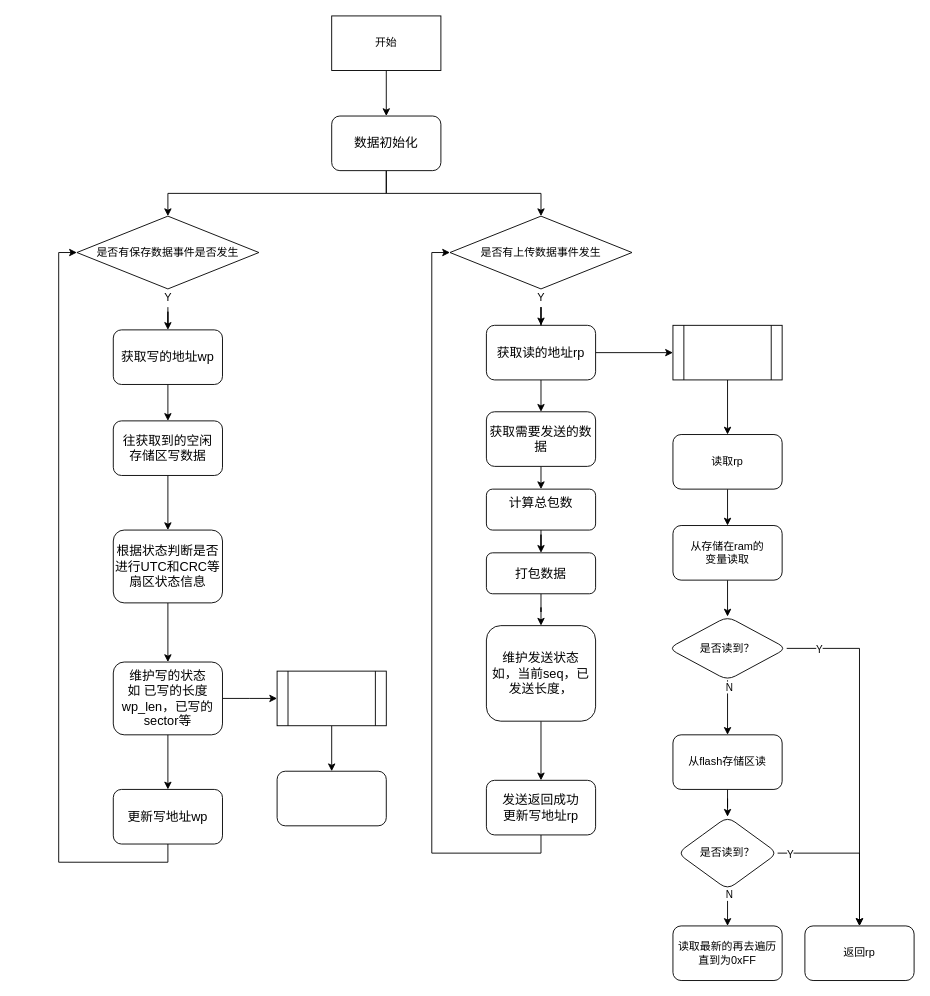
blackfalsehood/mycode keeps this draw.io diagram as page "Page-1" (1 of 3) of P3.drawio. Above is the earlier version. Source tidied: cells renumbered, new cells numbered last; positions are measured from the earlier drawing's top-left corner, leaving out a move shared by most shapes. Both pictures are drawn from the tidied source at 91%, with x=0, y=0 at pixel (76, 15).
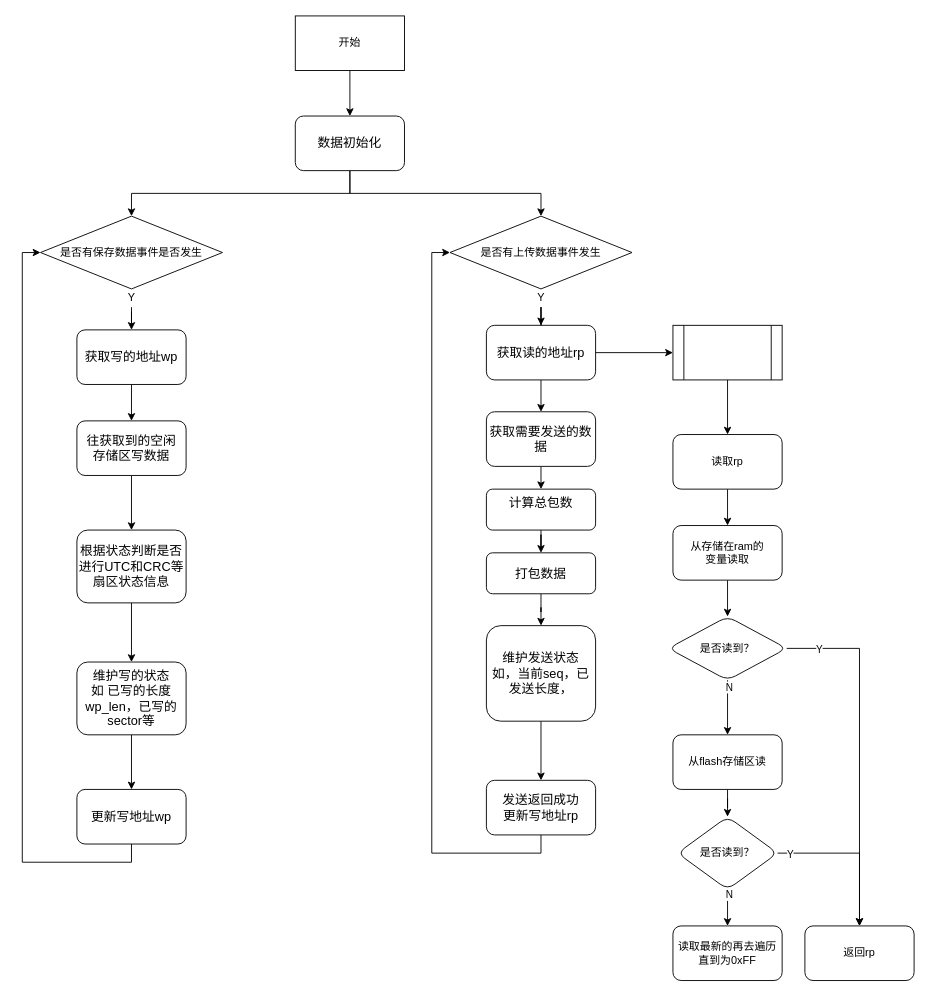
The same page after the edit.

What changed in the source:
```diff
@@
     <mxCell id="3" value="&lt;font style=&quot;font-size: 14px&quot;&gt;获取写的地址wp&lt;/font&gt;" style="rounded=1;whiteSpace=wrap;html=1;" parent="1" vertex="1">
-      <mxGeometry x="40" y="345" width="120" height="60" as="geometry" />
+      <mxGeometry y="345" width="120" height="60" as="geometry" />
     </mxCell>
@@
     <mxCell id="5" value="&lt;span style=&quot;font-size: 14px&quot;&gt;往获取到的空闲&lt;br&gt;存储区写数据&lt;br&gt;&lt;/span&gt;" style="rounded=1;whiteSpace=wrap;html=1;" parent="1" vertex="1">
-      <mxGeometry x="40" y="445" width="120" height="60" as="geometry" />
+      <mxGeometry y="445" width="120" height="60" as="geometry" />
     </mxCell>
@@
     <mxCell id="7" value="&lt;span style=&quot;font-size: 14px&quot;&gt;根据状态判断是否进行UTC和CRC等扇区状态信息&lt;/span&gt;" style="rounded=1;whiteSpace=wrap;html=1;" parent="1" vertex="1">
-      <mxGeometry x="40" y="565" width="120" height="80" as="geometry" />
+      <mxGeometry y="565" width="120" height="80" as="geometry" />
     </mxCell>
@@
     <mxCell id="9" value="&lt;font style=&quot;font-size: 14px&quot;&gt;更新写地址wp&lt;/font&gt;" style="rounded=1;whiteSpace=wrap;html=1;" parent="1" vertex="1">
-      <mxGeometry x="40" y="850" width="120" height="60" as="geometry" />
+      <mxGeometry y="850" width="120" height="60" as="geometry" />
     </mxCell>
@@
     <mxCell id="11" value="开始" style="rounded=0;whiteSpace=wrap;html=1;" parent="1" vertex="1">
-      <mxGeometry x="280" width="120" height="60" as="geometry" />
+      <mxGeometry x="240" width="120" height="60" as="geometry" />
     </mxCell>
@@
     <mxCell id="14" value="&lt;font style=&quot;font-size: 14px&quot;&gt;数据初始化&lt;/font&gt;" style="rounded=1;whiteSpace=wrap;html=1;" parent="1" vertex="1">
-      <mxGeometry x="280" y="110" width="120" height="60" as="geometry" />
+      <mxGeometry x="240" y="110" width="120" height="60" as="geometry" />
     </mxCell>
@@
     <mxCell id="16" value="是否有保存数据事件是否发生" style="rhombus;whiteSpace=wrap;html=1;" parent="1" vertex="1">
-      <mxGeometry y="220" width="200" height="80" as="geometry" />
+      <mxGeometry x="-40" y="220" width="200" height="80" as="geometry" />
     </mxCell>
     <mxCell id="17" value="Y" style="text;html=1;align=center;verticalAlign=middle;points=[];fillColor=none;strokeColor=none;rounded=0;" parent="1" vertex="1">
-      <mxGeometry x="90" y="300" width="20" height="20" as="geometry" />
+      <mxGeometry x="50" y="300" width="20" height="20" as="geometry" />
     </mxCell>
     <mxCell id="18" style="edgeStyle=orthogonalEdgeStyle;rounded=0;jettySize=auto;html=1;exitX=0.5;exitY=1;exitDx=0;exitDy=0;" parent="1" edge="1" source="16" target="17">
       <mxGeometry relative="1" as="geometry">
         <Array as="points">
-          <mxPoint x="100" y="310" />
-          <mxPoint x="100" y="310" />
+          <mxPoint x="60" y="310" />
+          <mxPoint x="60" y="310" />
         </Array>
       </mxGeometry>
     </mxCell>
@@
-    <mxCell id="35" style="edgeStyle=orthogonalEdgeStyle;rounded=0;jettySize=auto;html=1;exitX=1;exitY=0.5;exitDx=0;exitDy=0;" parent="1" edge="1" source="36">
-      <mxGeometry relative="1" as="geometry">
-        <mxPoint x="220" y="750" as="targetPoint" />
-      </mxGeometry>
-    </mxCell>
     <mxCell id="36" value="&lt;span style=&quot;font-size: 14px&quot;&gt;维护写的状态&lt;br&gt;如 已写的长度wp_len，已写的sector等&lt;br&gt;&lt;/span&gt;" style="rounded=1;whiteSpace=wrap;html=1;" parent="1" vertex="1">
-      <mxGeometry x="40" y="710" width="120" height="80" as="geometry" />
+      <mxGeometry y="710" width="120" height="80" as="geometry" />
     </mxCell>
@@
-    <mxCell id="39" style="edgeStyle=orthogonalEdgeStyle;rounded=0;jettySize=auto;html=1;" parent="1" edge="1" source="40" target="41">
-      <mxGeometry relative="1" as="geometry" />
-    </mxCell>
-    <mxCell id="40" style="shape=process;whiteSpace=wrap;html=1;backgroundOutline=1;" parent="1" vertex="1">
-      <mxGeometry x="220" y="720" width="120" height="60" as="geometry" />
-    </mxCell>
-    <mxCell id="41" style="rounded=1;whiteSpace=wrap;html=1;" parent="1" vertex="1">
-      <mxGeometry x="220" y="830" width="120" height="60" as="geometry" />
-    </mxCell>
```
